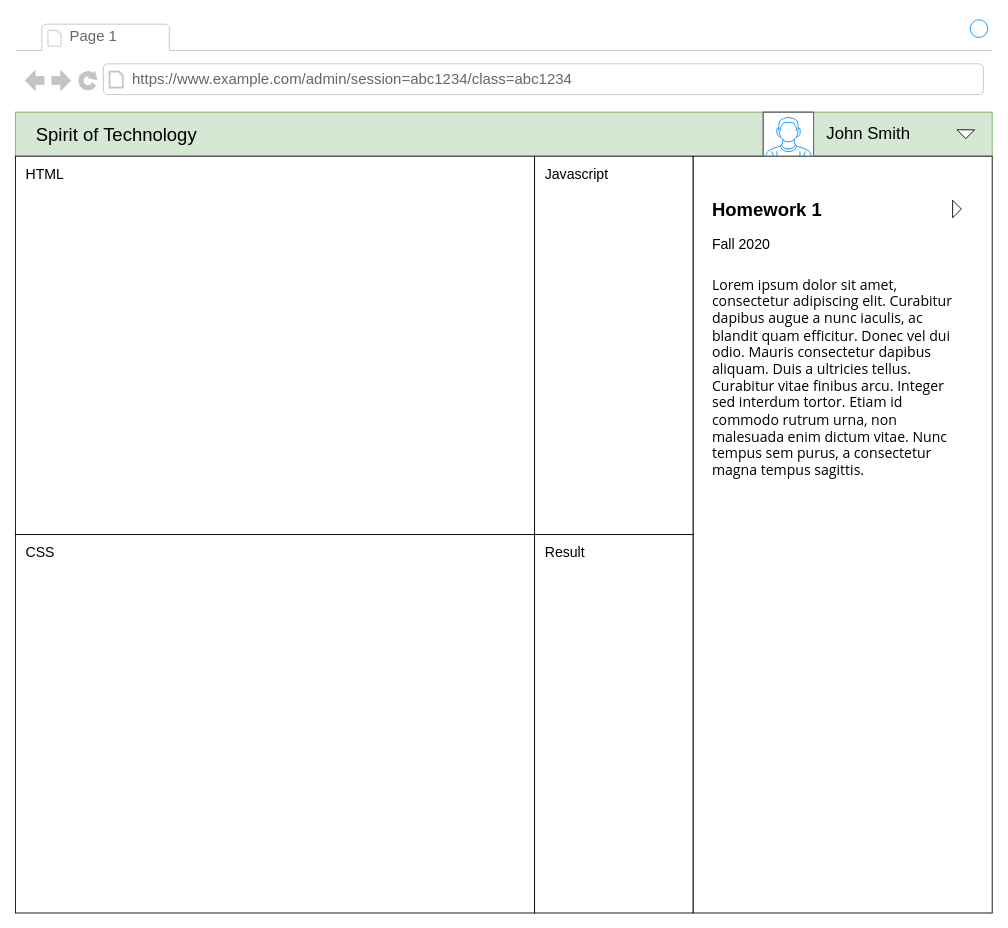
The draw.io diagram page "Student Homework" (13 of 13) of wireframe.drawio in AnsonTran/Live-Coding-Docs, before the edit. Source tidied: cells renumbered, new cells numbered last; positions are measured from the earlier drawing's top-left corner, leaving out a move shared by most shapes. Both pictures are drawn from the tidied source at 88%, with x=0, y=0 at pixel (15, 15).
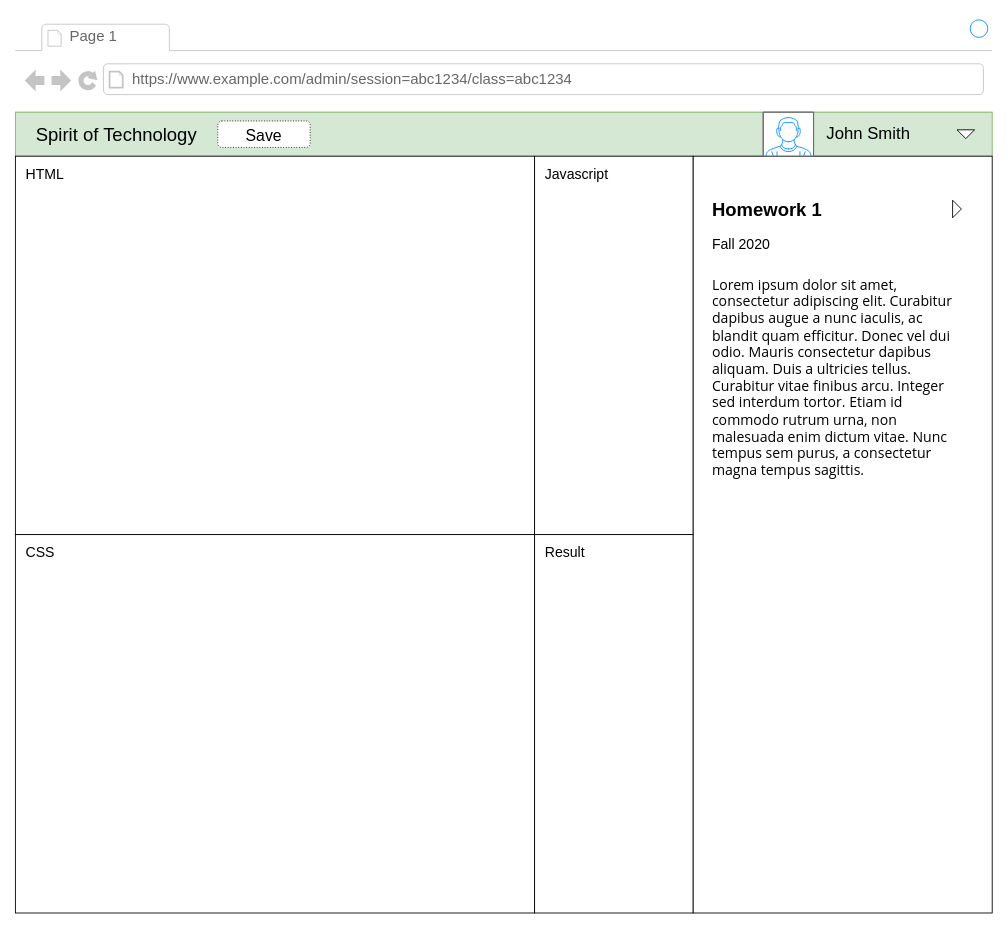
The same diagram, later.

The change refers to these unchanged cells:
```xml
<mxCell id="2" style="strokeWidth=1;shadow=0;dashed=0;align=center;html=1;shape=mxgraph.mockup.containers.browserWindow;rSize=0;strokeColor2=#008cff;strokeColor3=#c4c4c4;mainText=,;strokeColor=#FFFFFF;fontColor=#FFFFFF;" parent="1" vertex="1">
  <mxGeometry width="1110" height="1020" as="geometry" />
</mxCell>
```

The edit, as a diff of the source:
```diff
@@
+    <mxCell id="23" value="&lt;font style=&quot;font-size: 18px&quot;&gt;Save&lt;/font&gt;" style="rounded=1;whiteSpace=wrap;html=1;shadow=0;dashed=1;dashPattern=1 2;sketch=0;strokeColor=#000000;fontSize=21;align=center;" parent="2" vertex="1">
+      <mxGeometry x="230" y="120" width="105" height="30" as="geometry" />
+    </mxCell>
```
